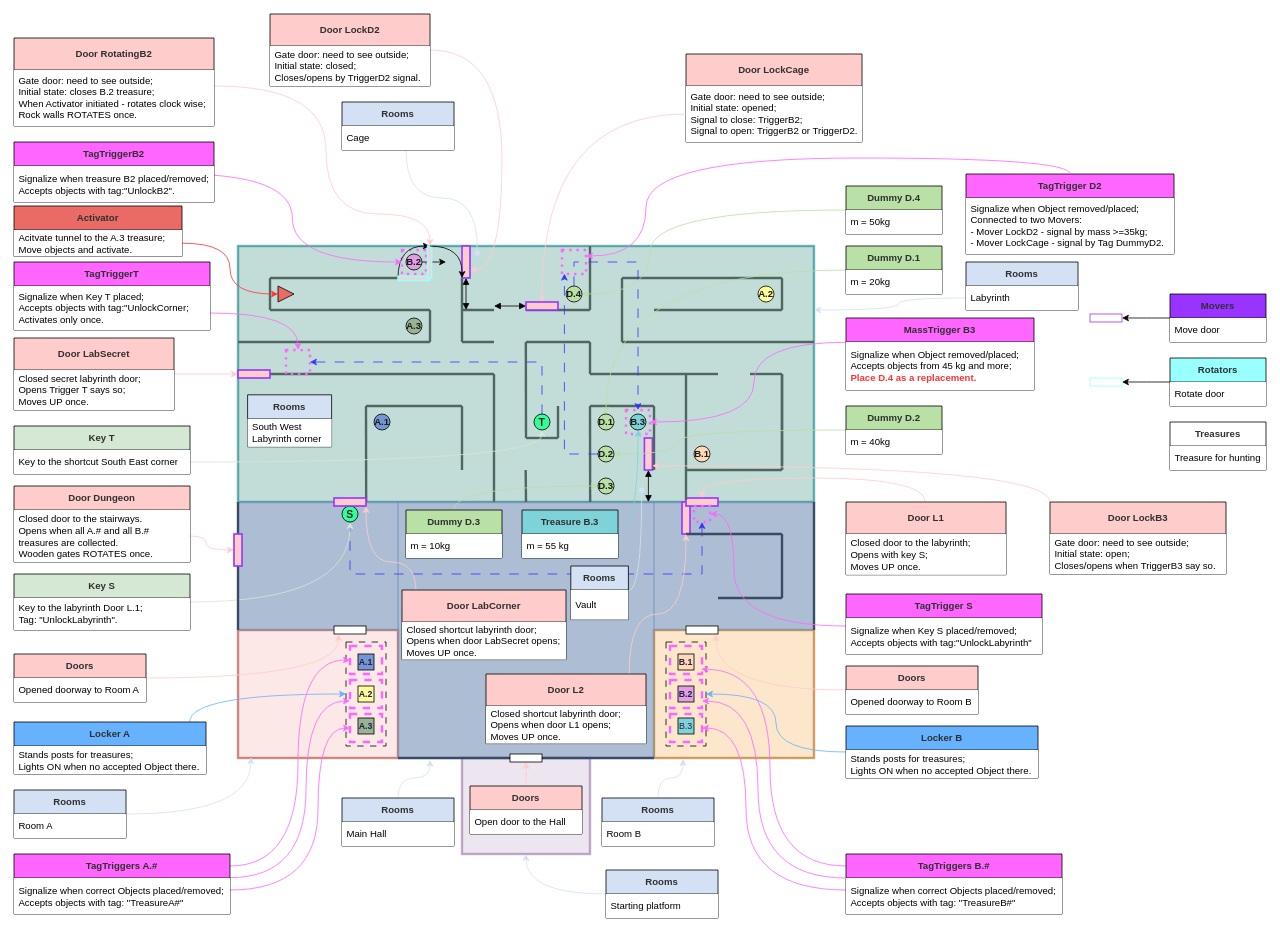
Above: GameDiagrams/FirstFloorLayout.drawio in Dimmak23/UE5_CryptRaider (draw.io), before the change. Source tidied: cells renumbered, new cells numbered last; positions are measured from the earlier drawing's top-left corner, leaving out a move shared by most shapes. Both pictures are drawn from the tidied source at 80%, with x=0, y=0 at pixel (14, 14).
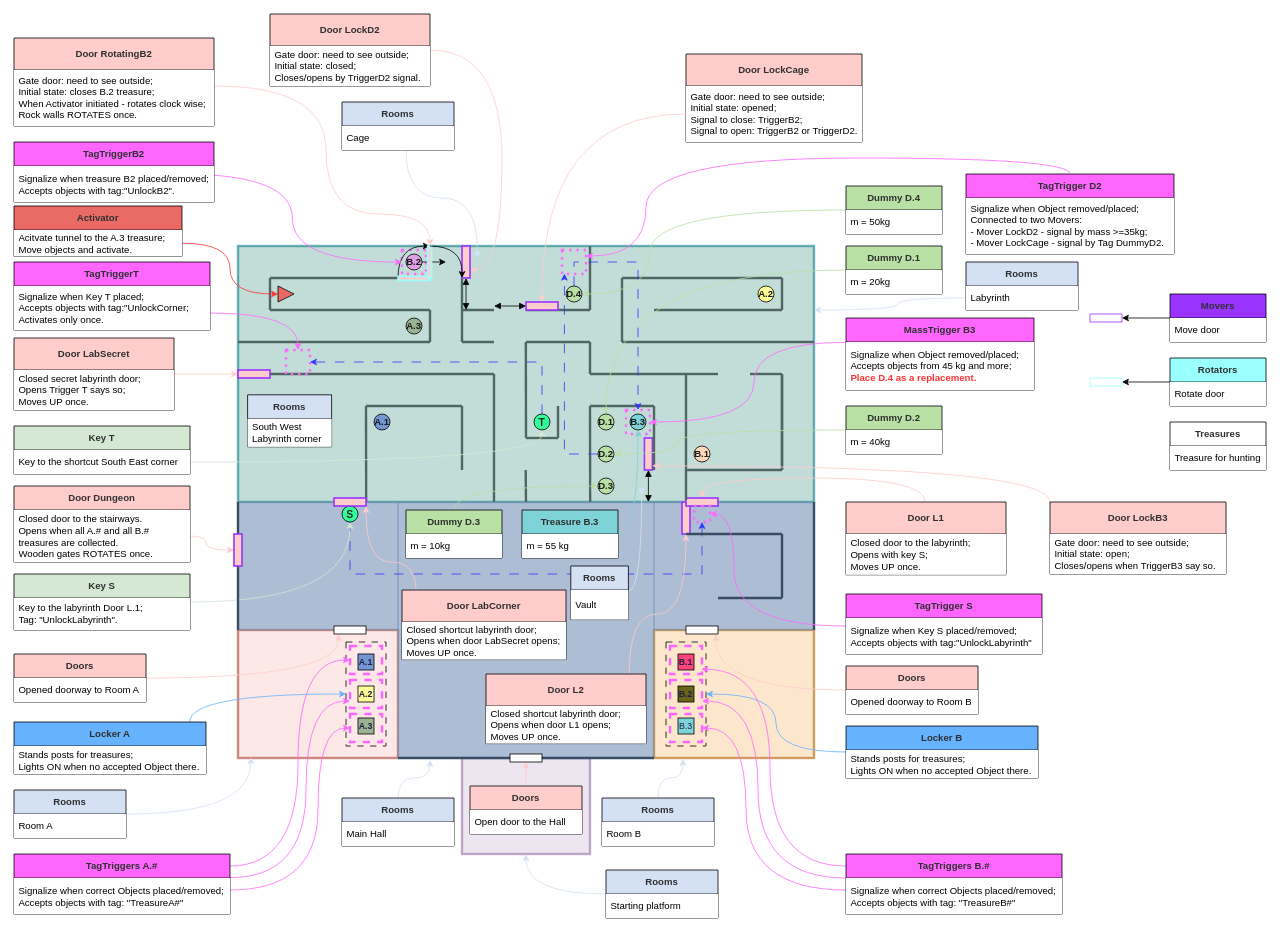
The same page after the edit.

Diff of the diagram source:
```diff
@@
-    <mxCell id="122" value="&lt;font style=&quot;font-size: 11px;&quot;&gt;B.2&lt;/font&gt;" style="whiteSpace=wrap;html=1;fillColor=#E19FE3;fontStyle=1;fontColor=#222045;" parent="1" vertex="1">
+    <mxCell id="122" value="&lt;font style=&quot;font-size: 11px;&quot;&gt;B.2&lt;/font&gt;" style="whiteSpace=wrap;html=1;fillColor=#6A641AFF;fontStyle=1;fontColor=#222045;" parent="1" vertex="1">
       <mxGeometry x="830" y="840" width="20" height="20" as="geometry" />
     </mxCell>
-    <mxCell id="123" value="&lt;font color=&quot;#222045&quot; style=&quot;font-size: 11px;&quot;&gt;&lt;b&gt;B.1&lt;/b&gt;&lt;/font&gt;" style="whiteSpace=wrap;html=1;fillColor=#FFD9B8;" parent="1" vertex="1">
+    <mxCell id="123" value="&lt;font color=&quot;#222045&quot; style=&quot;font-size: 11px;&quot;&gt;&lt;b&gt;B.1&lt;/b&gt;&lt;/font&gt;" style="whiteSpace=wrap;html=1;fillColor=#FF447BFF;" parent="1" vertex="1">
       <mxGeometry x="830" y="800" width="20" height="20" as="geometry" />
     </mxCell>
```
